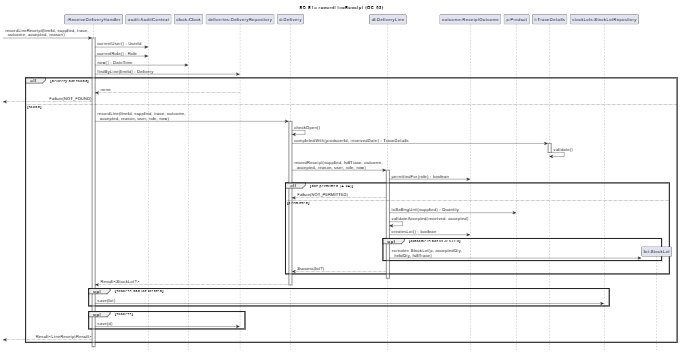
Before: design/sequence/SD-S1-record-line-receipt.png, a diagram exported from PlantUML (Geese4000/ca-analysis). Its source is kept beside it as design/sequence/SD-S1-record-line-receipt.puml.
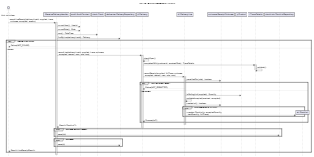
Above is the later version.

Diff of the diagram source:
```diff
@@ -5,6 +5,7 @@
 
 title SD-S1a recordLineReceipt (OC-03)
 
+actor "Hub volunteer" as V
 participant ":ReceiveDeliveryHandler" as H
 participant "audit:AuditContext" as A
 participant "clock:Clock" as C
@@ -16,17 +17,16 @@
 participant "t:TraceDetails" as T
 participant "stockLots:StockLotRepository" as SR
 
--> H : recordLineReceipt(lineId, supplied, trace,\n  outcome, accepted, reason)
+V -> H : recordLineReceipt(deliveryLineId, supplied, trace,\n  outcome, accepted, reason)
 activate H
 H -> A : currentUser() : UserId
 H -> A : currentRole() : Role
 H -> C : now() : DateTime
-H -> DR : findByLine(lineId) : Delivery
+H -> DR : findByLine(deliveryLineId) : Delivery
 alt delivery not found
-  H <-- DR : none
-  <-- H : Failure(NOT_FOUND)
+  H --> V : Failure(NOT_FOUND)
 else found
-  H -> D : recordLine(lineId, supplied, trace, outcome,\n  accepted, reason, user, role, now)
+  H -> D : recordLine(deliveryLineId, supplied, trace, outcome,\n  accepted, reason, user, role, now)
   activate D
   D -> D : checkOpen()
   D -> T : completedWith(producerId, receivedDate) : TraceDetails
@@ -37,19 +37,19 @@
   activate DL
   DL -> O : permittedFor(role) : boolean
   alt not permitted (A-04)
-    D <-- DL : Failure(NOT_PERMITTED)
+    DL --> D : Failure(NOT_PERMITTED)
   else permitted
     DL -> P : toSellingUnit(supplied) : Quantity
     DL -> DL : validateAccepted(received, accepted)
     DL -> O : createsLot() : boolean
     opt outcome is not REJECTED
       create "lot:StockLot" as L
-      DL -> L : <<create>> StockLot(p, acceptedQty,\n  heldQty, fullTrace)
+      DL -> L : <<create>> StockLot(p, acceptedQuantity,\n  heldQuantity, fullTrace)
     end
-    D <-- DL : Success(lot?)
+    DL --> D : Success(lot?)
   end
   deactivate DL
-  H <-- D : Result<StockLot?>
+  D --> H : Result<StockLot?>
   deactivate D
   opt success and lot created
     H -> SR : save(lot)
@@ -57,7 +57,7 @@
   opt success
     H -> DR : save(d)
   end
-  <-- H : Result<LineReceiptResult>
+  H --> V : Result<LineReceiptResult>
 end
 deactivate H
 @enduml
```
